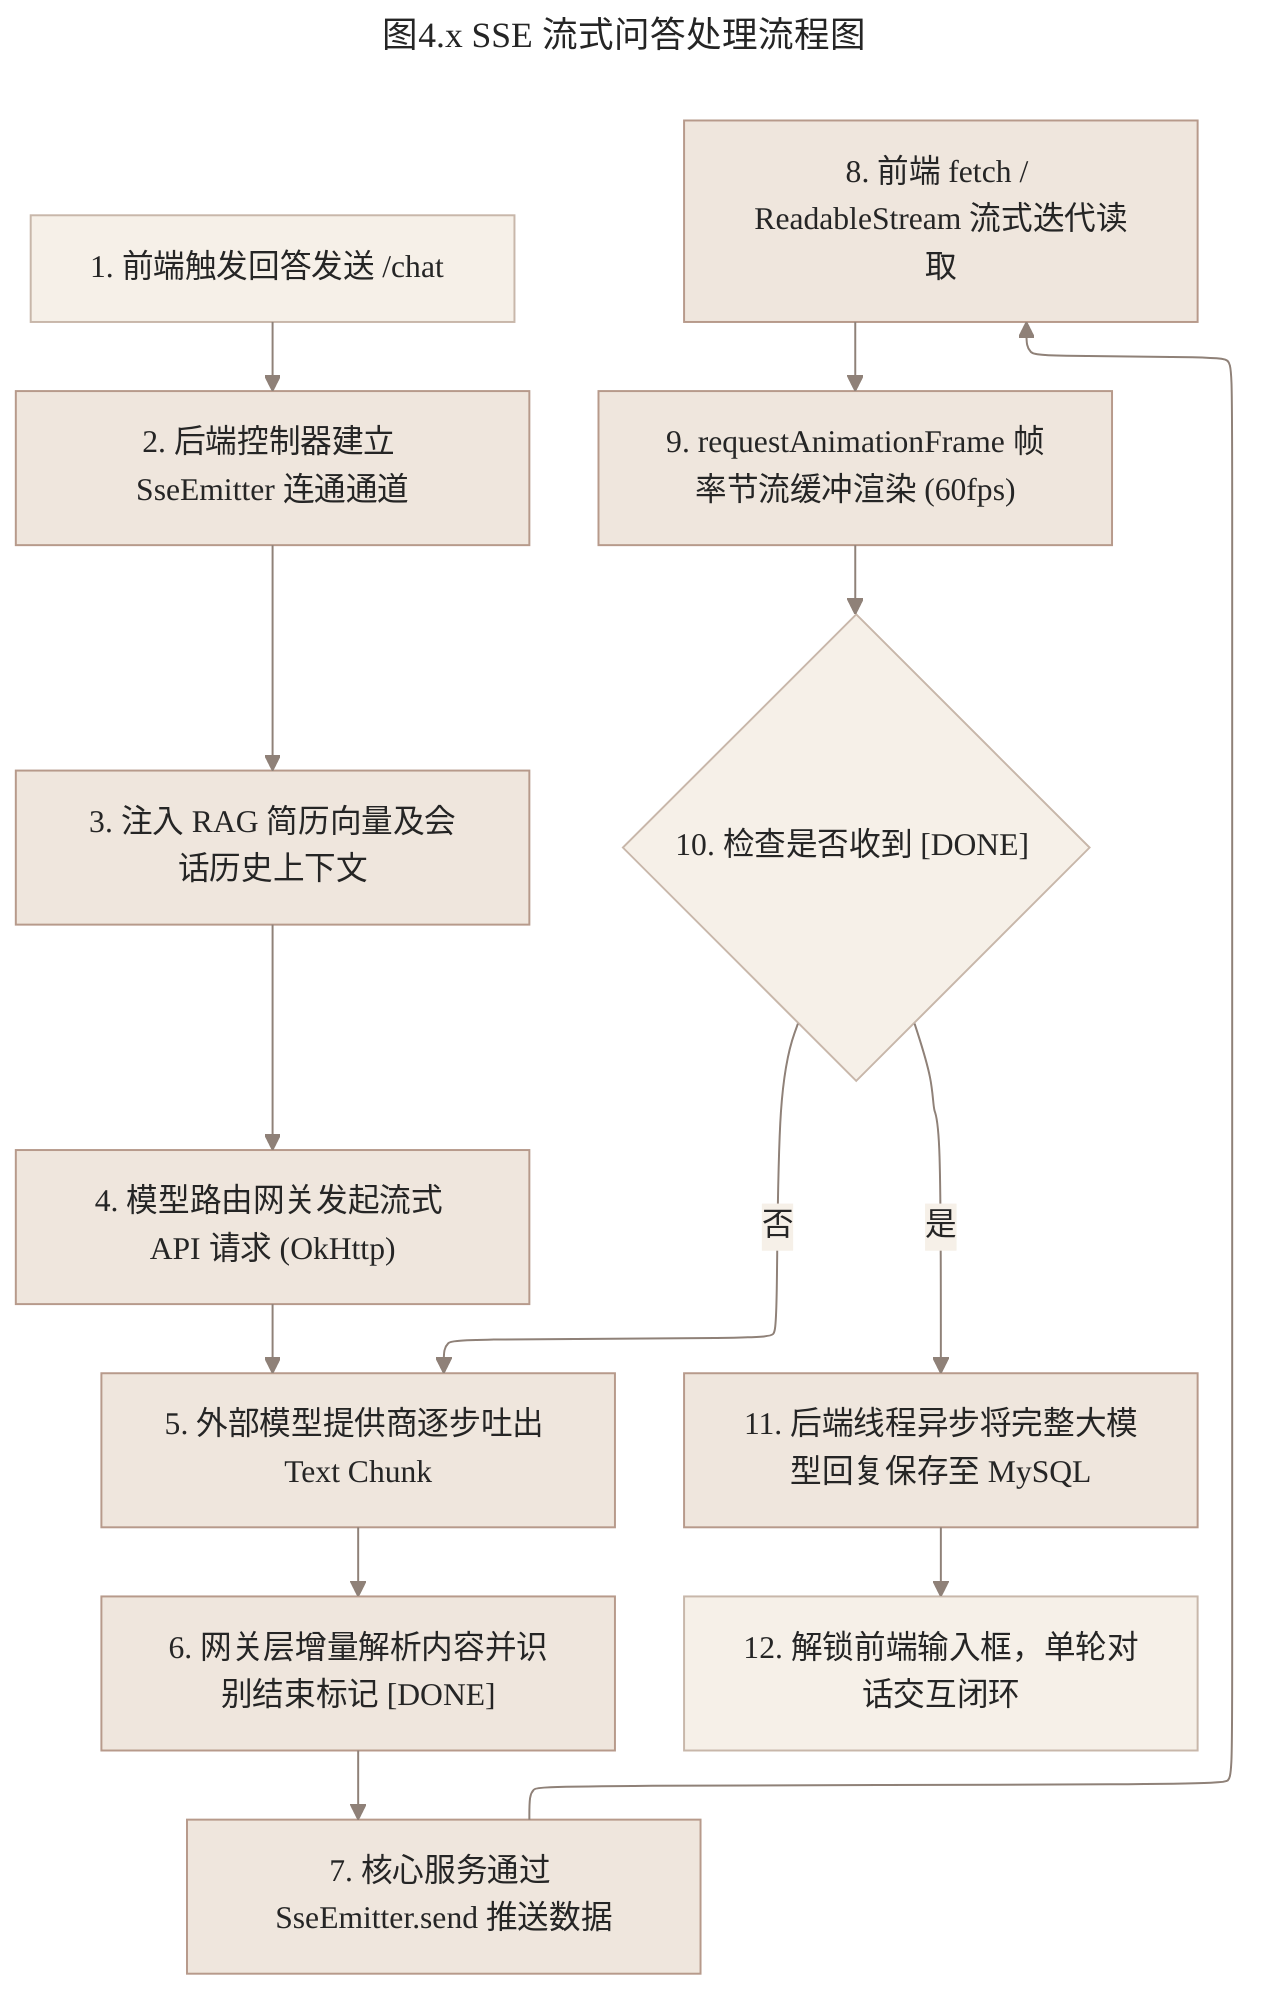
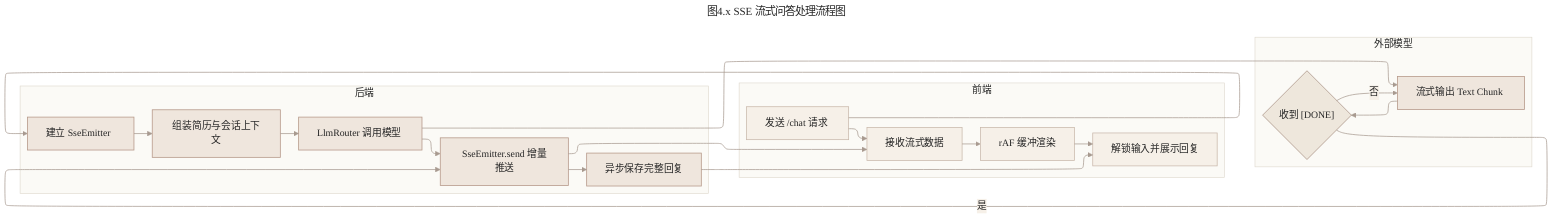
---
title: 图4.x SSE 流式问答处理流程图
config:
  theme: base
  layout: elk
+   flowchart:
+     curve: basis
+     nodeSpacing: 42
+     rankSpacing: 56
+     wrappingWidth: 150
  themeVariables:
    background: "#FAF8F2"
    primaryColor: "#EFE6DD"
    primaryBorderColor: "#B79A8B"
    primaryTextColor: "#252525"
-     lineColor: "#8F8178"
+     lineColor: "#A89A90"
    secondaryColor: "#F6F0E8"
    tertiaryColor: "#FBFAF6"
    fontFamily: "Microsoft YaHei, SimHei, Arial, sans-serif"
    fontSize: "16px"
---
- flowchart TD
-   start["1. 前端触发回答发送 /chat"] --> sse_connect["2. 后端控制器建立 SseEmitter 连通通道"]
-   sse_connect --> context_rag["3. 注入 RAG 简历向量及会话历史上下文"]
-   context_rag --> router_call["4. 模型路由网关发起流式 API 请求 (OkHttp)"]
-   router_call --> provider_stream["5. 外部模型提供商逐步吐出 Text Chunk"]
-   provider_stream --> router_recv["6. 网关层增量解析内容并识别结束标记 [DONE]"]
-   router_recv --> sse_push["7. 核心服务通过 SseEmitter.send 推送数据"]
-   sse_push --> fe_stream["8. 前端 fetch / ReadableStream 流式迭代读取"]
-   fe_stream --> raf_throttle["9. requestAnimationFrame 帧率节流缓冲渲染 (60fps)"]
-   raf_throttle --> check_done{"10. 检查是否收到 [DONE]"}
-   check_done -- 否 --> provider_stream
-   check_done -- 是 --> db_save["11. 后端线程异步将完整大模型回复保存至 MySQL"]
-   db_save --> finish["12. 解锁前端输入框，单轮对话交互闭环"]
+ flowchart LR
+   subgraph frontend["前端"]
+     start["发送 /chat 请求"]
+     fe_stream["接收流式数据"]
+     raf["rAF 缓冲渲染"]
+     finish["解锁输入并展示回复"]
+     start --> fe_stream --> raf --> finish
+   end

-   classDef main fill:#EFE6DD,stroke:#B79A8B,color:#252525
-   classDef node fill:#F6F0E8,stroke:#C8B7AA,color:#252525
-   class start,finish,check_done node
-   class sse_connect,context_rag,router_call,provider_stream,router_recv,sse_push,fe_stream,raf_throttle,db_save main
+   subgraph backend["后端"]
+     emitter["建立 SseEmitter"]
+     context["组装简历与会话上下文"]
+     router["LlmRouter 调用模型"]
+     push["SseEmitter.send 增量推送"]
+     save["异步保存完整回复"]
+     emitter --> context --> router --> push --> save
+   end
+ 
+   subgraph provider["外部模型"]
+     stream["流式输出 Text Chunk"]
+     done{"收到 [DONE]"}
+     stream --> done
+   end
+ 
+   start --> emitter
+   router --> stream
+   done -- 否 --> stream
+   done -- 是 --> push
+   push --> fe_stream
+   save --> finish
+ 
+   classDef lane fill:#FBFAF6,stroke:#DED8CD,color:#252525
+   classDef main fill:#EFE6DD,stroke:#B79A8B,stroke-width:1.3px,color:#252525
+   classDef node fill:#F6F0E8,stroke:#C8B7AA,stroke-width:1.2px,color:#252525
+   classDef decision fill:#EEE7DC,stroke:#A89183,color:#252525
+ 
+   class frontend,backend,provider lane
+   class emitter,context,router,push,save,stream main
+   class start,fe_stream,raf,finish node
+   class done decision
+   linkStyle default stroke:#A89A90,stroke-width:1.2px
